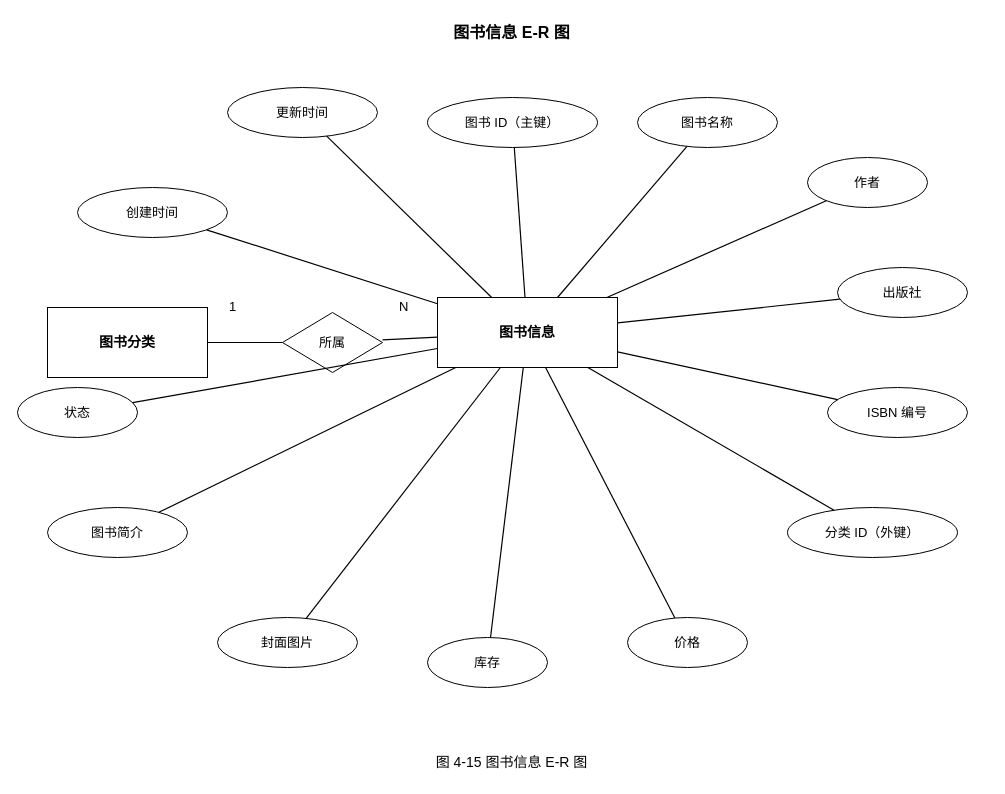
The draw.io diagram 4.11图书信息 E-R 图.drawio in wujiangcai/drawio, before the edit. Source tidied: cells renumbered, new cells numbered last; positions are measured from the earlier drawing's top-left corner, leaving out a move shared by most shapes. Both pictures are drawn from the tidied source at 100%, with x=0, y=0 at pixel (17, 17).
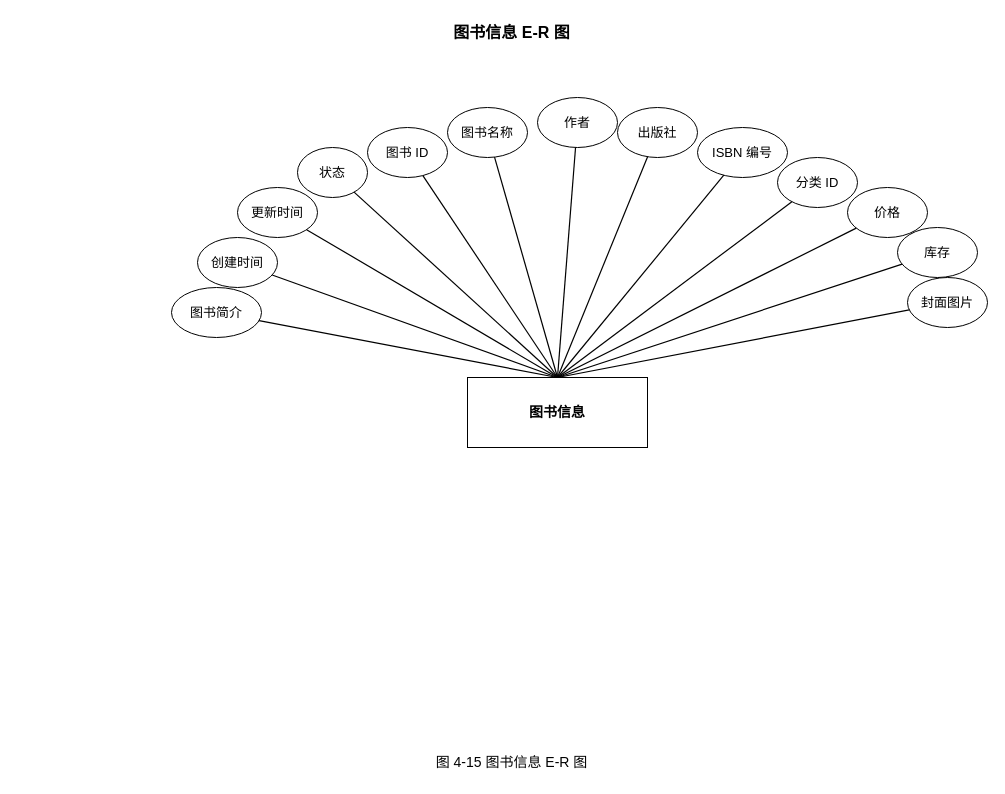
Above is the later version.

Diff of the diagram source:
```diff
@@
-    <mxCell id="3" value="图书分类" style="shape=rectangle;whiteSpace=wrap;html=1;strokeColor=#000000;fillColor=#ffffff;fontSize=14;fontStyle=1;" parent="1" vertex="1">
-      <mxGeometry x="30" y="290" width="160" height="70" as="geometry" />
-    </mxCell>
     <mxCell id="4" value="图书信息" style="shape=rectangle;whiteSpace=wrap;html=1;strokeColor=#000000;fillColor=#ffffff;fontSize=14;fontStyle=1;" parent="1" vertex="1">
-      <mxGeometry x="420" y="280" width="180" height="70" as="geometry" />
+      <mxGeometry x="450" y="360" width="180" height="70" as="geometry" />
     </mxCell>
-    <mxCell id="5" value="所属" style="shape=rhombus;whiteSpace=wrap;html=1;strokeColor=#000000;fillColor=#ffffff;fontSize=13;" parent="1" vertex="1">
-      <mxGeometry x="265" y="295" width="100" height="60" as="geometry" />
-    </mxCell>
-    <mxCell id="6" value="图书 ID（主键）" style="ellipse;whiteSpace=wrap;html=1;strokeColor=#000000;fillColor=#ffffff;fontSize=13;" parent="1" vertex="1">
-      <mxGeometry x="410" y="80" width="170" height="50" as="geometry" />
+    <mxCell id="6" value="图书 ID" style="ellipse;whiteSpace=wrap;html=1;strokeColor=#000000;fillColor=#ffffff;fontSize=13;" parent="1" vertex="1">
+      <mxGeometry x="350" y="110" width="80" height="50" as="geometry" />
     </mxCell>
     <mxCell id="7" value="图书名称" style="ellipse;whiteSpace=wrap;html=1;strokeColor=#000000;fillColor=#ffffff;fontSize=13;" parent="1" vertex="1">
-      <mxGeometry x="620" y="80" width="140" height="50" as="geometry" />
+      <mxGeometry x="430" y="90" width="80" height="50" as="geometry" />
     </mxCell>
     <mxCell id="8" value="作者" style="ellipse;whiteSpace=wrap;html=1;strokeColor=#000000;fillColor=#ffffff;fontSize=13;" parent="1" vertex="1">
-      <mxGeometry x="790" y="140" width="120" height="50" as="geometry" />
+      <mxGeometry x="520" y="80" width="80" height="50" as="geometry" />
     </mxCell>
     <mxCell id="9" value="出版社" style="ellipse;whiteSpace=wrap;html=1;strokeColor=#000000;fillColor=#ffffff;fontSize=13;" parent="1" vertex="1">
-      <mxGeometry x="820" y="250" width="130" height="50" as="geometry" />
+      <mxGeometry x="600" y="90" width="80" height="50" as="geometry" />
     </mxCell>
     <mxCell id="10" value="ISBN 编号" style="ellipse;whiteSpace=wrap;html=1;strokeColor=#000000;fillColor=#ffffff;fontSize=13;" parent="1" vertex="1">
-      <mxGeometry x="810" y="370" width="140" height="50" as="geometry" />
+      <mxGeometry x="680" y="110" width="90" height="50" as="geometry" />
     </mxCell>
-    <mxCell id="11" value="分类 ID（外键）" style="ellipse;whiteSpace=wrap;html=1;strokeColor=#000000;fillColor=#ffffff;fontSize=13;" parent="1" vertex="1">
-      <mxGeometry x="770" y="490" width="170" height="50" as="geometry" />
+    <mxCell id="11" value="分类 ID" style="ellipse;whiteSpace=wrap;html=1;strokeColor=#000000;fillColor=#ffffff;fontSize=13;" parent="1" vertex="1">
+      <mxGeometry x="760" y="140" width="80" height="50" as="geometry" />
     </mxCell>
     <mxCell id="12" value="价格" style="ellipse;whiteSpace=wrap;html=1;strokeColor=#000000;fillColor=#ffffff;fontSize=13;" parent="1" vertex="1">
-      <mxGeometry x="610" y="600" width="120" height="50" as="geometry" />
+      <mxGeometry x="830" y="170" width="80" height="50" as="geometry" />
     </mxCell>
     <mxCell id="13" value="库存" style="ellipse;whiteSpace=wrap;html=1;strokeColor=#000000;fillColor=#ffffff;fontSize=13;" parent="1" vertex="1">
-      <mxGeometry x="410" y="620" width="120" height="50" as="geometry" />
+      <mxGeometry x="880" y="210" width="80" height="50" as="geometry" />
     </mxCell>
     <mxCell id="14" value="封面图片" style="ellipse;whiteSpace=wrap;html=1;strokeColor=#000000;fillColor=#ffffff;fontSize=13;" parent="1" vertex="1">
-      <mxGeometry x="200" y="600" width="140" height="50" as="geometry" />
+      <mxGeometry x="890" y="260" width="80" height="50" as="geometry" />
     </mxCell>
     <mxCell id="15" value="图书简介" style="ellipse;whiteSpace=wrap;html=1;strokeColor=#000000;fillColor=#ffffff;fontSize=13;" parent="1" vertex="1">
-      <mxGeometry x="30" y="490" width="140" height="50" as="geometry" />
+      <mxGeometry x="154" y="270" width="90" height="50" as="geometry" />
     </mxCell>
     <mxCell id="16" value="状态" style="ellipse;whiteSpace=wrap;html=1;strokeColor=#000000;fillColor=#ffffff;fontSize=13;" parent="1" vertex="1">
-      <mxGeometry y="370" width="120" height="50" as="geometry" />
+      <mxGeometry x="280" y="130" width="70" height="50" as="geometry" />
     </mxCell>
     <mxCell id="17" value="创建时间" style="ellipse;whiteSpace=wrap;html=1;strokeColor=#000000;fillColor=#ffffff;fontSize=13;" parent="1" vertex="1">
-      <mxGeometry x="60" y="170" width="150" height="50" as="geometry" />
+      <mxGeometry x="180" y="220" width="80" height="50" as="geometry" />
     </mxCell>
     <mxCell id="18" value="更新时间" style="ellipse;whiteSpace=wrap;html=1;strokeColor=#000000;fillColor=#ffffff;fontSize=13;" parent="1" vertex="1">
-      <mxGeometry x="210" y="70" width="150" height="50" as="geometry" />
+      <mxGeometry x="220" y="170" width="80" height="50" as="geometry" />
     </mxCell>
-    <mxCell id="19" style="endArrow=none;strokeColor=#000000;strokeWidth=1.2;" parent="1" edge="1" source="4" target="6">
+    <mxCell id="19" style="endArrow=none;strokeColor=#000000;strokeWidth=1.2;exitX=0.5;exitY=0;exitDx=0;exitDy=0;" parent="1" edge="1" source="4" target="6">
       <mxGeometry relative="1" as="geometry" />
     </mxCell>
-    <mxCell id="20" style="endArrow=none;strokeColor=#000000;strokeWidth=1.2;" parent="1" edge="1" source="4" target="7">
+    <mxCell id="20" style="endArrow=none;strokeColor=#000000;strokeWidth=1.2;exitX=0.5;exitY=0;exitDx=0;exitDy=0;" parent="1" edge="1" source="4" target="7">
       <mxGeometry relative="1" as="geometry" />
     </mxCell>
-    <mxCell id="21" style="endArrow=none;strokeColor=#000000;strokeWidth=1.2;" parent="1" edge="1" source="4" target="8">
+    <mxCell id="21" style="endArrow=none;strokeColor=#000000;strokeWidth=1.2;exitX=0.5;exitY=0;exitDx=0;exitDy=0;" parent="1" edge="1" source="4" target="8">
       <mxGeometry relative="1" as="geometry" />
     </mxCell>
-    <mxCell id="22" style="endArrow=none;strokeColor=#000000;strokeWidth=1.2;" parent="1" edge="1" source="4" target="9">
+    <mxCell id="22" style="endArrow=none;strokeColor=#000000;strokeWidth=1.2;exitX=0.5;exitY=0;exitDx=0;exitDy=0;" parent="1" edge="1" source="4" target="9">
       <mxGeometry relative="1" as="geometry" />
     </mxCell>
-    <mxCell id="23" style="endArrow=none;strokeColor=#000000;strokeWidth=1.2;" parent="1" edge="1" source="4" target="10">
+    <mxCell id="23" style="endArrow=none;strokeColor=#000000;strokeWidth=1.2;exitX=0.5;exitY=0;exitDx=0;exitDy=0;" parent="1" edge="1" source="4" target="10">
       <mxGeometry relative="1" as="geometry" />
     </mxCell>
-    <mxCell id="24" style="endArrow=none;strokeColor=#000000;strokeWidth=1.2;" parent="1" edge="1" source="4" target="11">
+    <mxCell id="24" style="endArrow=none;strokeColor=#000000;strokeWidth=1.2;exitX=0.5;exitY=0;exitDx=0;exitDy=0;" parent="1" edge="1" source="4" target="11">
       <mxGeometry relative="1" as="geometry" />
     </mxCell>
-    <mxCell id="25" style="endArrow=none;strokeColor=#000000;strokeWidth=1.2;" parent="1" edge="1" source="4" target="12">
+    <mxCell id="25" style="endArrow=none;strokeColor=#000000;strokeWidth=1.2;exitX=0.5;exitY=0;exitDx=0;exitDy=0;" parent="1" edge="1" source="4" target="12">
       <mxGeometry relative="1" as="geometry" />
     </mxCell>
-    <mxCell id="26" style="endArrow=none;strokeColor=#000000;strokeWidth=1.2;" parent="1" edge="1" source="4" target="13">
+    <mxCell id="26" style="endArrow=none;strokeColor=#000000;strokeWidth=1.2;exitX=0.5;exitY=0;exitDx=0;exitDy=0;" parent="1" edge="1" source="4" target="13">
       <mxGeometry relative="1" as="geometry" />
     </mxCell>
-    <mxCell id="27" style="endArrow=none;strokeColor=#000000;strokeWidth=1.2;" parent="1" edge="1" source="4" target="14">
+    <mxCell id="27" style="endArrow=none;strokeColor=#000000;strokeWidth=1.2;exitX=0.5;exitY=0;exitDx=0;exitDy=0;" parent="1" edge="1" source="4" target="14">
       <mxGeometry relative="1" as="geometry" />
     </mxCell>
-    <mxCell id="28" style="endArrow=none;strokeColor=#000000;strokeWidth=1.2;" parent="1" edge="1" source="4" target="15">
+    <mxCell id="28" style="endArrow=none;strokeColor=#000000;strokeWidth=1.2;exitX=0.5;exitY=0;exitDx=0;exitDy=0;" parent="1" edge="1" source="4" target="15">
       <mxGeometry relative="1" as="geometry" />
     </mxCell>
-    <mxCell id="29" style="endArrow=none;strokeColor=#000000;strokeWidth=1.2;" parent="1" edge="1" source="4" target="16">
+    <mxCell id="29" style="endArrow=none;strokeColor=#000000;strokeWidth=1.2;exitX=0.5;exitY=0;exitDx=0;exitDy=0;" parent="1" edge="1" source="4" target="16">
       <mxGeometry relative="1" as="geometry" />
     </mxCell>
-    <mxCell id="30" style="endArrow=none;strokeColor=#000000;strokeWidth=1.2;" parent="1" edge="1" source="4" target="17">
+    <mxCell id="30" style="endArrow=none;strokeColor=#000000;strokeWidth=1.2;exitX=0.5;exitY=0;exitDx=0;exitDy=0;" parent="1" edge="1" source="4" target="17">
       <mxGeometry relative="1" as="geometry" />
     </mxCell>
-    <mxCell id="31" style="endArrow=none;strokeColor=#000000;strokeWidth=1.2;" parent="1" edge="1" source="4" target="18">
+    <mxCell id="31" style="endArrow=none;strokeColor=#000000;strokeWidth=1.2;exitX=0.5;exitY=0;exitDx=0;exitDy=0;" parent="1" edge="1" source="4" target="18">
       <mxGeometry relative="1" as="geometry" />
     </mxCell>
-    <mxCell id="32" style="endArrow=none;strokeColor=#000000;strokeWidth=1.2;" parent="1" edge="1" source="3" target="5">
-      <mxGeometry relative="1" as="geometry" />
-    </mxCell>
-    <mxCell id="33" style="endArrow=none;strokeColor=#000000;strokeWidth=1.2;" parent="1" edge="1" source="5" target="4">
-      <mxGeometry relative="1" as="geometry" />
-    </mxCell>
-    <mxCell id="34" value="1" style="text;html=1;strokeColor=none;fillColor=none;fontSize=13;" parent="1" vertex="1">
-      <mxGeometry x="210" y="275" width="20" height="20" as="geometry" />
-    </mxCell>
-    <mxCell id="35" value="N" style="text;html=1;strokeColor=none;fillColor=none;fontSize=13;" parent="1" vertex="1">
-      <mxGeometry x="380" y="275" width="20" height="20" as="geometry" />
-    </mxCell>
```
